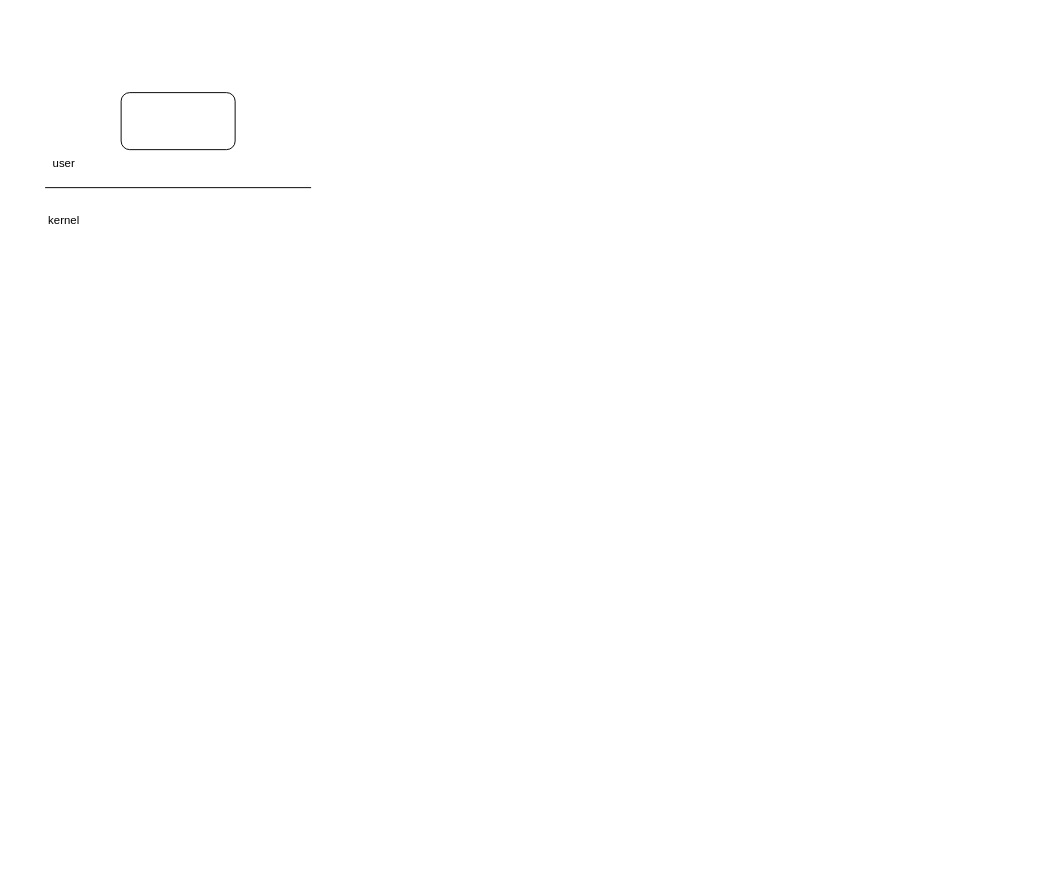
The draw.io diagram new_proc.drawio in hubblezzhu/frr_learning, before the edit. Source tidied: cells renumbered, new cells numbered last; positions are measured from the earlier drawing's top-left corner, leaving out a move shared by most shapes. Both pictures are drawn from the tidied source at 95%, with x=0, y=0 at pixel (35, 92).
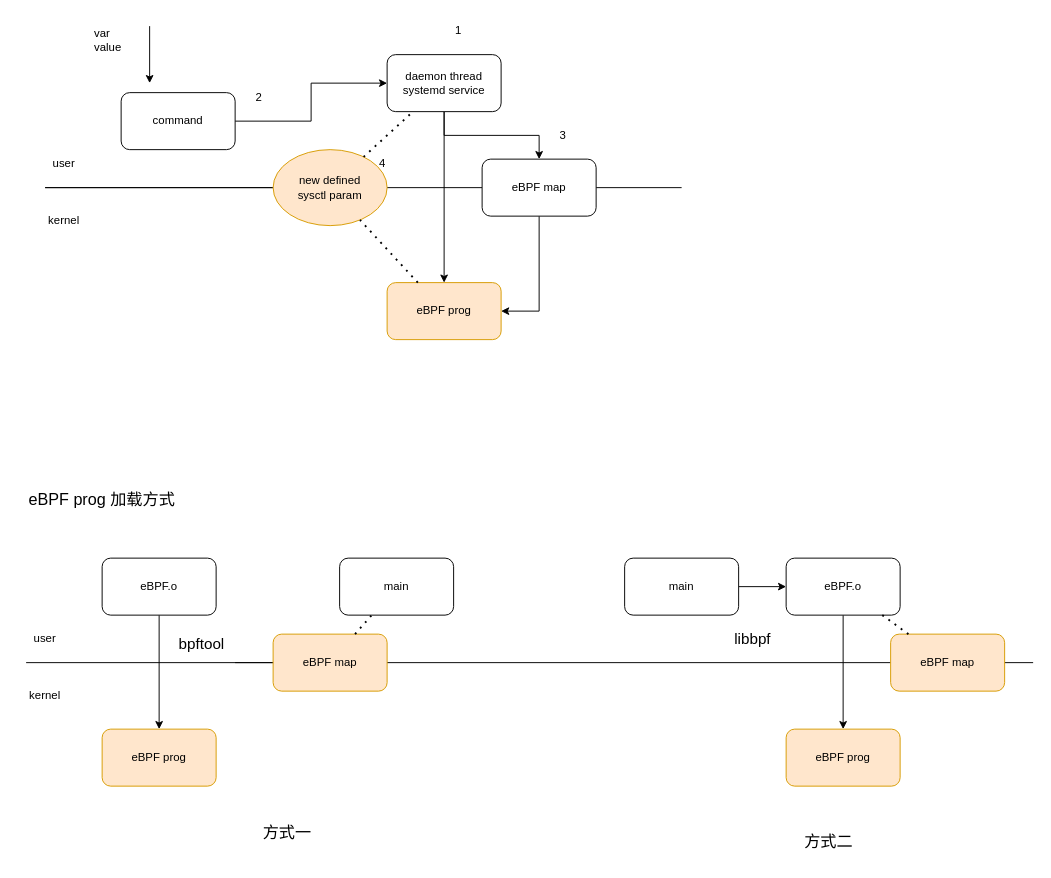
After the change.

What changed in the source:
```diff
@@
+    <mxCell id="6" style="edgeStyle=orthogonalEdgeStyle;rounded=0;jettySize=auto;html=1;" parent="1" edge="1" source="2" target="10">
+      <mxGeometry relative="1" as="geometry" />
+    </mxCell>
-    <mxCell id="2" style="rounded=1;whiteSpace=wrap;html=1;" parent="1" vertex="1">
+    <mxCell id="2" value="command" style="rounded=1;whiteSpace=wrap;html=1;" parent="1" vertex="1">
       <mxGeometry x="90" width="120" height="60" as="geometry" />
     </mxCell>
@@
+    <mxCell id="7" style="endArrow=none;html=1;rounded=0;" parent="1" edge="1" source="13">
+      <mxGeometry relative="1" as="geometry">
+        <mxPoint x="680" y="100" as="targetPoint" />
+      </mxGeometry>
+    </mxCell>
@@
+    <mxCell id="8" style="edgeStyle=orthogonalEdgeStyle;rounded=0;jettySize=auto;html=1;" parent="1" edge="1" source="10" target="13">
+      <mxGeometry relative="1" as="geometry" />
+    </mxCell>
+    <mxCell id="9" style="edgeStyle=orthogonalEdgeStyle;rounded=0;jettySize=auto;html=1;" parent="1" edge="1" source="10" target="14">
+      <mxGeometry relative="1" as="geometry" />
+    </mxCell>
+    <mxCell id="10" value="daemon thread&lt;div&gt;systemd service&lt;/div&gt;" style="rounded=1;whiteSpace=wrap;html=1;" parent="1" vertex="1">
+      <mxGeometry x="370" y="-40" width="120" height="60" as="geometry" />
+    </mxCell>
+    <mxCell id="11" style="endArrow=none;html=1;rounded=0;" parent="1" edge="1" target="13">
+      <mxGeometry relative="1" as="geometry">
+        <mxPoint x="10" y="100" as="sourcePoint" />
+      </mxGeometry>
+    </mxCell>
+    <mxCell id="12" style="edgeStyle=orthogonalEdgeStyle;rounded=0;jettySize=auto;html=1;entryX=1;entryY=0.5;entryDx=0;entryDy=0;" parent="1" edge="1" source="13" target="14">
+      <mxGeometry relative="1" as="geometry" />
+    </mxCell>
+    <mxCell id="13" value="eBPF map" style="rounded=1;whiteSpace=wrap;html=1;" parent="1" vertex="1">
+      <mxGeometry x="470" y="70" width="120" height="60" as="geometry" />
+    </mxCell>
+    <mxCell id="14" value="eBPF prog" style="rounded=1;whiteSpace=wrap;html=1;fillColor=#ffe6cc;strokeColor=#d79b00;" parent="1" vertex="1">
+      <mxGeometry x="370" y="200" width="120" height="60" as="geometry" />
+    </mxCell>
+    <mxCell id="15" style="endArrow=classic;html=1;rounded=0;" parent="1" edge="1">
+      <mxGeometry relative="1" as="geometry">
+        <mxPoint x="120" y="-70" as="sourcePoint" />
+        <mxPoint x="120" y="-10" as="targetPoint" />
+      </mxGeometry>
+    </mxCell>
+    <mxCell id="16" value="var&lt;div&gt;value&lt;/div&gt;" style="text;html=1;align=left;verticalAlign=middle;whiteSpace=wrap;rounded=0;" parent="1" vertex="1">
+      <mxGeometry x="60" y="-70" width="60" height="30" as="geometry" />
+    </mxCell>
+    <mxCell id="17" value="new defined&lt;div&gt;sysctl param&lt;/div&gt;" style="ellipse;whiteSpace=wrap;html=1;fillColor=#ffe6cc;strokeColor=#d79b00;" parent="1" vertex="1">
+      <mxGeometry x="250" y="60" width="120" height="80" as="geometry" />
+    </mxCell>
+    <mxCell id="18" style="endArrow=none;dashed=1;html=1;dashPattern=1 3;strokeWidth=2;rounded=0;" parent="1" edge="1" source="17" target="10">
+      <mxGeometry relative="1" as="geometry" />
+    </mxCell>
+    <mxCell id="19" style="endArrow=none;dashed=1;html=1;dashPattern=1 3;strokeWidth=2;rounded=0;" parent="1" edge="1" source="14" target="17">
+      <mxGeometry relative="1" as="geometry" />
+    </mxCell>
+    <mxCell id="20" value="1" style="text;html=1;align=left;verticalAlign=middle;whiteSpace=wrap;rounded=0;" parent="1" vertex="1">
+      <mxGeometry x="440" y="-80" width="20" height="30" as="geometry" />
+    </mxCell>
+    <mxCell id="21" value="2" style="text;html=1;align=left;verticalAlign=middle;whiteSpace=wrap;rounded=0;" parent="1" vertex="1">
+      <mxGeometry x="230" y="-10" width="20" height="30" as="geometry" />
+    </mxCell>
+    <mxCell id="22" value="3" style="text;html=1;align=left;verticalAlign=middle;whiteSpace=wrap;rounded=0;" parent="1" vertex="1">
+      <mxGeometry x="550" y="30" width="20" height="30" as="geometry" />
+    </mxCell>
+    <mxCell id="23" value="4" style="text;html=1;align=left;verticalAlign=middle;whiteSpace=wrap;rounded=0;" parent="1" vertex="1">
+      <mxGeometry x="360" y="60" width="20" height="30" as="geometry" />
+    </mxCell>
+    <mxCell id="24" style="endArrow=none;html=1;rounded=0;" parent="1" edge="1">
+      <mxGeometry relative="1" as="geometry">
+        <mxPoint x="-10" y="600" as="sourcePoint" />
+        <mxPoint x="270" y="600" as="targetPoint" />
+      </mxGeometry>
+    </mxCell>
+    <mxCell id="25" value="user" style="text;html=1;align=center;verticalAlign=middle;whiteSpace=wrap;rounded=0;" parent="1" vertex="1">
+      <mxGeometry x="-20" y="560" width="60" height="30" as="geometry" />
+    </mxCell>
+    <mxCell id="26" value="kernel" style="text;html=1;align=center;verticalAlign=middle;whiteSpace=wrap;rounded=0;" parent="1" vertex="1">
+      <mxGeometry x="-20" y="620" width="60" height="30" as="geometry" />
+    </mxCell>
+    <mxCell id="27" style="endArrow=none;html=1;rounded=0;" parent="1" edge="1" source="40">
+      <mxGeometry relative="1" as="geometry">
+        <mxPoint x="1050" y="600" as="targetPoint" />
+      </mxGeometry>
+    </mxCell>
+    <mxCell id="28" style="edgeStyle=orthogonalEdgeStyle;rounded=0;jettySize=auto;html=1;entryX=0.5;entryY=0;entryDx=0;entryDy=0;" parent="1" edge="1" source="29" target="30">
+      <mxGeometry relative="1" as="geometry" />
+    </mxCell>
+    <mxCell id="29" value="eBPF.o" style="rounded=1;whiteSpace=wrap;html=1;" parent="1" vertex="1">
+      <mxGeometry x="70" y="490" width="120" height="60" as="geometry" />
+    </mxCell>
+    <mxCell id="30" value="eBPF prog" style="rounded=1;whiteSpace=wrap;html=1;fillColor=#ffe6cc;strokeColor=#d79b00;" parent="1" vertex="1">
+      <mxGeometry x="70" y="670" width="120" height="60" as="geometry" />
+    </mxCell>
+    <mxCell id="31" value="&lt;font style=&quot;font-size: 16px;&quot;&gt;bpftool&lt;/font&gt;" style="text;html=1;align=center;verticalAlign=middle;whiteSpace=wrap;rounded=0;" parent="1" vertex="1">
+      <mxGeometry x="130" y="560" width="90" height="40" as="geometry" />
+    </mxCell>
+    <mxCell id="32" style="edgeStyle=orthogonalEdgeStyle;rounded=0;jettySize=auto;html=1;" parent="1" edge="1" source="33" target="36">
+      <mxGeometry relative="1" as="geometry" />
+    </mxCell>
+    <mxCell id="33" value="main" style="rounded=1;whiteSpace=wrap;html=1;" parent="1" vertex="1">
+      <mxGeometry x="620" y="490" width="120" height="60" as="geometry" />
+    </mxCell>
+    <mxCell id="34" value="&lt;font style=&quot;font-size: 16px;&quot;&gt;libbpf&lt;/font&gt;" style="text;html=1;align=center;verticalAlign=middle;whiteSpace=wrap;rounded=0;" parent="1" vertex="1">
+      <mxGeometry x="710" y="555" width="90" height="40" as="geometry" />
+    </mxCell>
+    <mxCell id="35" style="edgeStyle=orthogonalEdgeStyle;rounded=0;jettySize=auto;html=1;entryX=0.5;entryY=0;entryDx=0;entryDy=0;" parent="1" edge="1" source="36" target="37">
+      <mxGeometry relative="1" as="geometry" />
+    </mxCell>
+    <mxCell id="36" value="eBPF.o" style="rounded=1;whiteSpace=wrap;html=1;" parent="1" vertex="1">
+      <mxGeometry x="790" y="490" width="120" height="60" as="geometry" />
+    </mxCell>
+    <mxCell id="37" value="eBPF prog" style="rounded=1;whiteSpace=wrap;html=1;fillColor=#ffe6cc;strokeColor=#d79b00;" parent="1" vertex="1">
+      <mxGeometry x="790" y="670" width="120" height="60" as="geometry" />
+    </mxCell>
+    <mxCell id="38" value="main" style="rounded=1;whiteSpace=wrap;html=1;" parent="1" vertex="1">
+      <mxGeometry x="320" y="490" width="120" height="60" as="geometry" />
+    </mxCell>
+    <mxCell id="39" style="endArrow=none;html=1;rounded=0;" parent="1" edge="1" target="40">
+      <mxGeometry relative="1" as="geometry">
+        <mxPoint x="210" y="600" as="sourcePoint" />
+      </mxGeometry>
+    </mxCell>
+    <mxCell id="40" value="eBPF map" style="rounded=1;whiteSpace=wrap;html=1;fillColor=#ffe6cc;strokeColor=#d79b00;" parent="1" vertex="1">
+      <mxGeometry x="900" y="570" width="120" height="60" as="geometry" />
+    </mxCell>
+    <mxCell id="41" value="方式一" style="text;html=1;align=center;verticalAlign=middle;whiteSpace=wrap;rounded=0;fontSize=17;" parent="1" vertex="1">
+      <mxGeometry x="220" y="760" width="90" height="40" as="geometry" />
+    </mxCell>
+    <mxCell id="42" value="方式二" style="text;html=1;align=center;verticalAlign=middle;whiteSpace=wrap;rounded=0;fontSize=17;" parent="1" vertex="1">
+      <mxGeometry x="790" y="770" width="90" height="40" as="geometry" />
+    </mxCell>
+    <mxCell id="43" value="eBPF map" style="rounded=1;whiteSpace=wrap;html=1;fillColor=#ffe6cc;strokeColor=#d79b00;" parent="1" vertex="1">
+      <mxGeometry x="250" y="570" width="120" height="60" as="geometry" />
+    </mxCell>
+    <mxCell id="44" value="eBPF prog 加载方式" style="text;html=1;align=center;verticalAlign=middle;whiteSpace=wrap;rounded=0;fontSize=17;" parent="1" vertex="1">
+      <mxGeometry x="-20" y="400" width="180" height="60" as="geometry" />
+    </mxCell>
+    <mxCell id="45" style="endArrow=none;dashed=1;html=1;dashPattern=1 3;strokeWidth=2;rounded=0;" parent="1" edge="1" source="43" target="38">
+      <mxGeometry relative="1" as="geometry" />
+    </mxCell>
+    <mxCell id="46" style="endArrow=none;dashed=1;html=1;dashPattern=1 3;strokeWidth=2;rounded=0;" parent="1" edge="1" source="40" target="36">
+      <mxGeometry relative="1" as="geometry" />
+    </mxCell>
```
